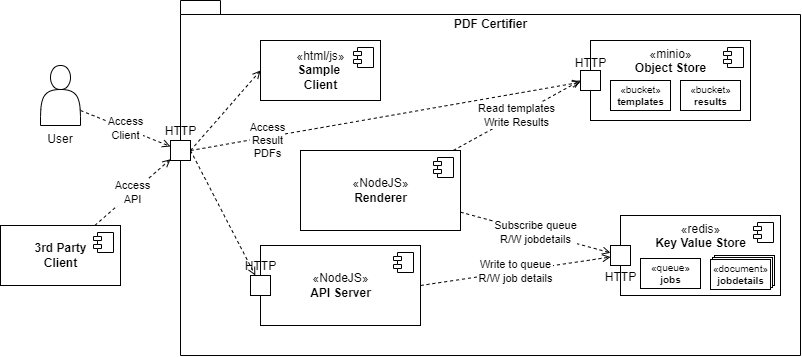
Earlier version of the draw.io export doc/box-view-L1-whitebox.drawio.png (PapaBravo/certify-pdfs). Source tidied: cells renumbered, new cells last; positions are measured from the earlier drawing's top-left corner, leaving out a move shared by most shapes. The source it was exported from:
```xml
<mxGraphModel>
  <root>
    <mxCell id="0" />
    <mxCell id="1" parent="0" />
    <mxCell id="2" value="PDF Certifier" style="shape=folder;fontStyle=1;spacingTop=10;tabWidth=40;tabHeight=14;tabPosition=left;html=1;verticalAlign=top;fillColor=none;" parent="1" vertex="1">
      <mxGeometry x="180" width="620" height="355" as="geometry" />
    </mxCell>
    <mxCell id="3" style="edgeStyle=none;rounded=0;jettySize=auto;html=1;exitX=1;exitY=0.5;exitDx=0;exitDy=0;dashed=1;endArrow=open;endFill=0;" parent="2" edge="1" source="5" target="8">
      <mxGeometry relative="1" as="geometry" />
    </mxCell>
    <mxCell id="4" value="Access&lt;br&gt;Result&lt;br&gt;PDFs" style="edgeStyle=none;rounded=0;jettySize=auto;html=1;exitX=1;exitY=0.5;exitDx=0;exitDy=0;dashed=1;endArrow=open;endFill=0;" parent="2" edge="1" source="5" target="13">
      <mxGeometry x="-0.61" y="-3" relative="1" as="geometry" />
    </mxCell>
    <mxCell id="5" value="HTTP" style="html=1;labelPosition=center;verticalLabelPosition=top;align=center;verticalAlign=bottom;" parent="2" vertex="1">
      <mxGeometry x="-10" y="140" width="20" height="20" as="geometry" />
    </mxCell>
    <mxCell id="6" value="«NodeJS»&lt;br&gt;&lt;b&gt;API Server&lt;/b&gt;" style="html=1;" parent="2" vertex="1">
      <mxGeometry x="80" y="245" width="160" height="80" as="geometry" />
    </mxCell>
    <mxCell id="7" style="shape=module;jettyWidth=8;jettyHeight=4;" parent="6" vertex="1">
      <mxGeometry x="1" width="20" height="20" relative="1" as="geometry">
        <mxPoint x="-27" y="7" as="offset" />
      </mxGeometry>
    </mxCell>
    <mxCell id="8" value="HTTP" style="html=1;labelPosition=center;verticalLabelPosition=top;align=center;verticalAlign=bottom;" parent="6" vertex="1">
      <mxGeometry x="-10" y="30" width="20" height="20" as="geometry" />
    </mxCell>
    <mxCell id="9" value="«minio»&lt;br&gt;&lt;b&gt;Object Store&lt;/b&gt;" style="html=1;verticalAlign=top;" parent="2" vertex="1">
      <mxGeometry x="410" y="40" width="160" height="80" as="geometry" />
    </mxCell>
    <mxCell id="10" style="shape=module;jettyWidth=8;jettyHeight=4;" parent="9" vertex="1">
      <mxGeometry x="1" width="20" height="20" relative="1" as="geometry">
        <mxPoint x="-27" y="7" as="offset" />
      </mxGeometry>
    </mxCell>
    <mxCell id="11" value="«bucket»&lt;br style=&quot;font-size: 10px;&quot;&gt;&lt;b style=&quot;font-size: 10px;&quot;&gt;templates&lt;/b&gt;" style="html=1;fontSize=10;" parent="9" vertex="1">
      <mxGeometry x="20" y="40" width="60" height="30" as="geometry" />
    </mxCell>
    <mxCell id="12" value="«bucket»&lt;br style=&quot;font-size: 10px;&quot;&gt;&lt;b style=&quot;font-size: 10px;&quot;&gt;results&lt;/b&gt;" style="html=1;fontSize=10;" parent="9" vertex="1">
      <mxGeometry x="90" y="40" width="60" height="30" as="geometry" />
    </mxCell>
    <mxCell id="13" value="HTTP" style="html=1;labelPosition=center;verticalLabelPosition=top;align=center;verticalAlign=bottom;spacing=0;" parent="9" vertex="1">
      <mxGeometry x="-10" y="30" width="20" height="20" as="geometry" />
    </mxCell>
    <mxCell id="14" value="Read templates&lt;br&gt;Write Results" style="rounded=0;jettySize=auto;html=1;entryX=0;entryY=0.5;entryDx=0;entryDy=0;dashed=1;endArrow=open;endFill=0;" parent="2" edge="1" source="15" target="13">
      <mxGeometry relative="1" as="geometry" />
    </mxCell>
    <mxCell id="15" value="«NodeJS»&lt;br&gt;&lt;b&gt;Renderer&lt;/b&gt;" style="html=1;" parent="2" vertex="1">
      <mxGeometry x="120" y="150" width="160" height="80" as="geometry" />
    </mxCell>
    <mxCell id="16" style="shape=module;jettyWidth=8;jettyHeight=4;" parent="15" vertex="1">
      <mxGeometry x="1" width="20" height="20" relative="1" as="geometry">
        <mxPoint x="-27" y="7" as="offset" />
      </mxGeometry>
    </mxCell>
    <mxCell id="17" value="«redis»&lt;br&gt;&lt;b&gt;Key Value Store&lt;/b&gt;" style="html=1;verticalAlign=top;" parent="2" vertex="1">
      <mxGeometry x="440" y="215" width="160" height="80" as="geometry" />
    </mxCell>
    <mxCell id="18" style="shape=module;jettyWidth=8;jettyHeight=4;" parent="17" vertex="1">
      <mxGeometry x="1" width="20" height="20" relative="1" as="geometry">
        <mxPoint x="-27" y="7" as="offset" />
      </mxGeometry>
    </mxCell>
    <mxCell id="19" value="HTTP" style="html=1;labelPosition=center;verticalLabelPosition=bottom;align=center;verticalAlign=top;spacing=0;" parent="17" vertex="1">
      <mxGeometry x="-10" y="30" width="20" height="20" as="geometry" />
    </mxCell>
    <mxCell id="20" value="«queue»&lt;br style=&quot;font-size: 10px;&quot;&gt;&lt;b style=&quot;font-size: 10px;&quot;&gt;jobs&lt;/b&gt;" style="html=1;fontSize=10;" parent="17" vertex="1">
      <mxGeometry x="20" y="43" width="60" height="30" as="geometry" />
    </mxCell>
    <mxCell id="21" style="group;" parent="17" vertex="1">
      <mxGeometry x="90" y="40" width="64" height="34" as="geometry" />
    </mxCell>
    <mxCell id="22" style="html=1;fontSize=10;" parent="21" vertex="1">
      <mxGeometry x="4" width="60" height="30" as="geometry" />
    </mxCell>
    <mxCell id="23" style="html=1;fontSize=10;" parent="21" vertex="1">
      <mxGeometry x="2" y="2" width="60" height="30" as="geometry" />
    </mxCell>
    <mxCell id="24" value="«document»&lt;br style=&quot;font-size: 10px;&quot;&gt;&lt;b style=&quot;font-size: 10px;&quot;&gt;jobdetails&lt;/b&gt;" style="html=1;fontSize=10;" parent="21" vertex="1">
      <mxGeometry y="4" width="60" height="30" as="geometry" />
    </mxCell>
    <mxCell id="25" value="Write to queue&lt;br&gt;R/W job details" style="edgeStyle=none;rounded=0;jettySize=auto;html=1;exitX=1;exitY=0.5;exitDx=0;exitDy=0;dashed=1;endArrow=open;endFill=0;" parent="2" edge="1" source="6" target="19">
      <mxGeometry relative="1" as="geometry" />
    </mxCell>
    <mxCell id="26" value="Subscribe queue&lt;br&gt;R/W jobdetails" style="edgeStyle=none;rounded=0;jettySize=auto;html=1;dashed=1;endArrow=open;endFill=0;" parent="2" edge="1" source="15" target="19">
      <mxGeometry relative="1" as="geometry" />
    </mxCell>
    <mxCell id="27" value="«html/js»&lt;br&gt;&lt;b&gt;Sample &lt;br&gt;Client&lt;/b&gt;" style="html=1;" parent="2" vertex="1">
      <mxGeometry x="80" y="40" width="120" height="60" as="geometry" />
    </mxCell>
    <mxCell id="28" style="shape=module;jettyWidth=8;jettyHeight=4;" parent="27" vertex="1">
      <mxGeometry x="1" width="20" height="20" relative="1" as="geometry">
        <mxPoint x="-27" y="7" as="offset" />
      </mxGeometry>
    </mxCell>
    <mxCell id="29" style="edgeStyle=none;rounded=0;jettySize=auto;html=1;entryX=0;entryY=0.5;entryDx=0;entryDy=0;dashed=1;endArrow=open;endFill=0;exitX=1;exitY=0.5;exitDx=0;exitDy=0;" parent="2" edge="1" source="5" target="27">
      <mxGeometry relative="1" as="geometry" />
    </mxCell>
    <mxCell id="30" value="Access&lt;br&gt;Client" style="edgeStyle=none;rounded=0;jettySize=auto;html=1;exitX=1;exitY=0.75;exitDx=0;exitDy=0;dashed=1;endArrow=open;endFill=0;" parent="1" edge="1" source="31" target="5">
      <mxGeometry relative="1" as="geometry" />
    </mxCell>
    <mxCell id="31" value="User" style="shape=actor;whiteSpace=wrap;html=1;fillColor=none;labelPosition=center;verticalLabelPosition=bottom;align=center;verticalAlign=top;" parent="1" vertex="1">
      <mxGeometry x="40" y="65" width="40" height="60" as="geometry" />
    </mxCell>
    <mxCell id="32" value="Access&lt;br&gt;API" style="edgeStyle=none;rounded=0;jettySize=auto;html=1;dashed=1;endArrow=open;endFill=0;" parent="1" edge="1" source="33" target="5">
      <mxGeometry relative="1" as="geometry" />
    </mxCell>
    <mxCell id="33" value="&lt;b&gt;3rd Party&lt;br&gt;Client&lt;/b&gt;" style="html=1;" parent="1" vertex="1">
      <mxGeometry y="225" width="120" height="60" as="geometry" />
    </mxCell>
    <mxCell id="34" style="shape=module;jettyWidth=8;jettyHeight=4;" parent="33" vertex="1">
      <mxGeometry x="1" width="20" height="20" relative="1" as="geometry">
        <mxPoint x="-27" y="7" as="offset" />
      </mxGeometry>
    </mxCell>
  </root>
</mxGraphModel>
```
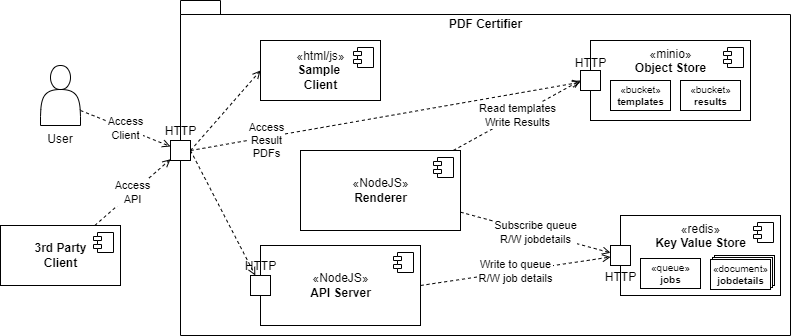
Above is the later version.

Diff of the diagram source:
```diff
@@ -1,9 +1,9 @@
-<mxGraphModel>
+<mxGraphModel background="#ffffff">
   <root>
     <mxCell id="0" />
     <mxCell id="1" parent="0" />
     <mxCell id="2" value="PDF Certifier" style="shape=folder;fontStyle=1;spacingTop=10;tabWidth=40;tabHeight=14;tabPosition=left;html=1;verticalAlign=top;fillColor=none;" parent="1" vertex="1">
-      <mxGeometry x="180" width="620" height="355" as="geometry" />
+      <mxGeometry x="180" width="610" height="335" as="geometry" />
     </mxCell>
     <mxCell id="3" style="edgeStyle=none;rounded=0;jettySize=auto;html=1;exitX=1;exitY=0.5;exitDx=0;exitDy=0;dashed=1;endArrow=open;endFill=0;" parent="2" edge="1" source="5" target="8">
       <mxGeometry relative="1" as="geometry" />
```
